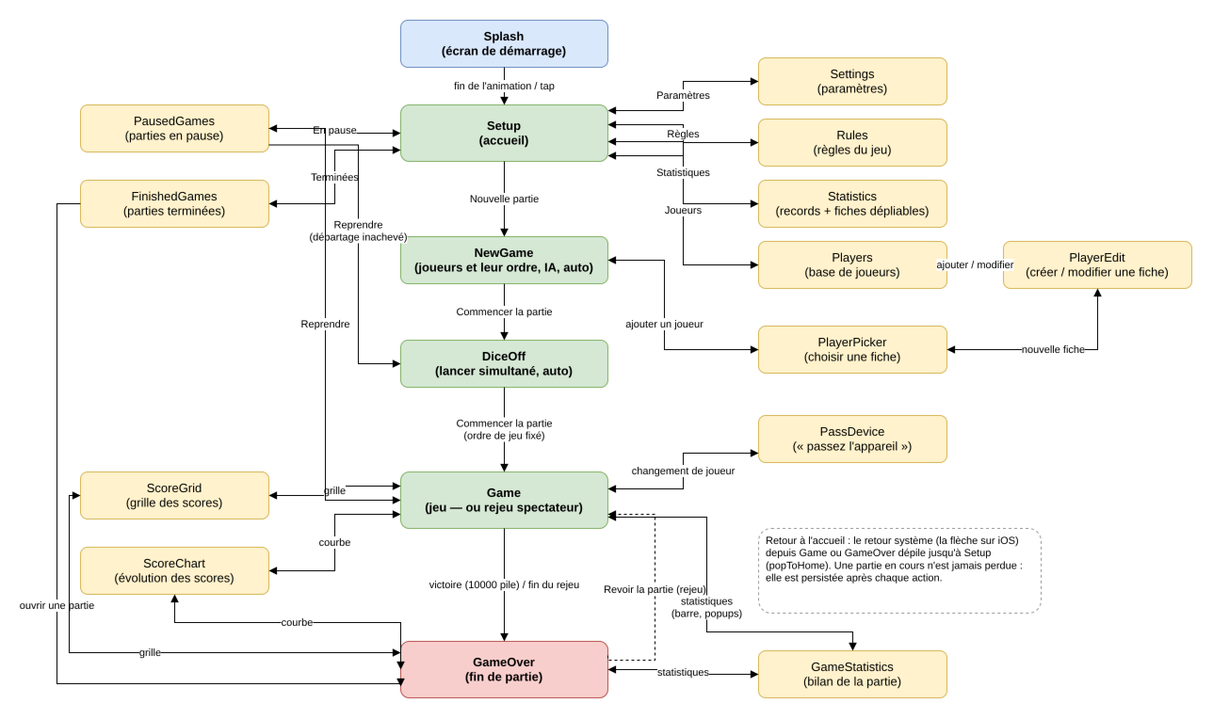
The draw.io diagram docs/screen-flow.png in microscotch/tenk, before a commit. Source tidied: cells renumbered, new cells last; positions are measured from the earlier drawing's top-left corner, leaving out a move shared by most shapes. Source of this version:
```xml
<mxGraphModel>
  <root>
    <mxCell id="0" />
    <mxCell id="1" parent="0" />
    <mxCell id="2" value="Splash&#10;(écran de démarrage)" style="rounded=1;whiteSpace=wrap;html=1;fillColor=#dae8fc;strokeColor=#6c8ebf;fontSize=13;fontStyle=1;" parent="1" vertex="1">
      <mxGeometry x="365" width="220" height="50" as="geometry" />
    </mxCell>
    <mxCell id="3" value="Setup&#10;(accueil)" style="rounded=1;whiteSpace=wrap;html=1;fillColor=#d5e8d4;strokeColor=#82b366;fontSize=13;fontStyle=1;" parent="1" vertex="1">
      <mxGeometry x="365" y="90" width="220" height="60" as="geometry" />
    </mxCell>
    <mxCell id="4" value="PausedGames&#10;(parties en pause)" style="rounded=1;whiteSpace=wrap;html=1;fillColor=#fff2cc;strokeColor=#d6b656;fontSize=13;" parent="1" vertex="1">
      <mxGeometry x="25" y="90" width="200" height="50" as="geometry" />
    </mxCell>
    <mxCell id="5" value="FinishedGames&#10;(parties terminées)" style="rounded=1;whiteSpace=wrap;html=1;fillColor=#fff2cc;strokeColor=#d6b656;fontSize=13;" parent="1" vertex="1">
      <mxGeometry x="25" y="170" width="200" height="50" as="geometry" />
    </mxCell>
    <mxCell id="6" value="Statistics&#10;(records + fiches dépliables)" style="rounded=1;whiteSpace=wrap;html=1;fillColor=#fff2cc;strokeColor=#d6b656;fontSize=13;" parent="1" vertex="1">
      <mxGeometry x="745" y="170" width="200" height="50" as="geometry" />
    </mxCell>
    <mxCell id="7" value="Settings&#10;(paramètres)" style="rounded=1;whiteSpace=wrap;html=1;fillColor=#fff2cc;strokeColor=#d6b656;fontSize=13;" parent="1" vertex="1">
      <mxGeometry x="745" y="40" width="200" height="50" as="geometry" />
    </mxCell>
    <mxCell id="8" value="Rules&#10;(règles du jeu)" style="rounded=1;whiteSpace=wrap;html=1;fillColor=#fff2cc;strokeColor=#d6b656;fontSize=13;" parent="1" vertex="1">
      <mxGeometry x="745" y="105" width="200" height="50" as="geometry" />
    </mxCell>
    <mxCell id="9" value="Players&#10;(base de joueurs)" style="rounded=1;whiteSpace=wrap;html=1;fillColor=#fff2cc;strokeColor=#d6b656;fontSize=13;" parent="1" vertex="1">
      <mxGeometry x="745" y="235" width="200" height="50" as="geometry" />
    </mxCell>
    <mxCell id="10" value="PlayerEdit&#10;(créer / modifier une fiche)" style="rounded=1;whiteSpace=wrap;html=1;fillColor=#fff2cc;strokeColor=#d6b656;fontSize=13;" parent="1" vertex="1">
      <mxGeometry x="1005" y="235" width="200" height="50" as="geometry" />
    </mxCell>
    <mxCell id="11" value="NewGame&#10;(joueurs et leur ordre, IA, auto)" style="rounded=1;whiteSpace=wrap;html=1;fillColor=#d5e8d4;strokeColor=#82b366;fontSize=13;fontStyle=1;" parent="1" vertex="1">
      <mxGeometry x="365" y="230" width="220" height="50" as="geometry" />
    </mxCell>
    <mxCell id="12" value="PlayerPicker&#10;(choisir une fiche)" style="rounded=1;whiteSpace=wrap;html=1;fillColor=#fff2cc;strokeColor=#d6b656;fontSize=13;" parent="1" vertex="1">
      <mxGeometry x="745" y="325" width="200" height="50" as="geometry" />
    </mxCell>
    <mxCell id="13" value="DiceOff&#10;(lancer simultané, auto)" style="rounded=1;whiteSpace=wrap;html=1;fillColor=#d5e8d4;strokeColor=#82b366;fontSize=13;fontStyle=1;" parent="1" vertex="1">
      <mxGeometry x="365" y="340" width="220" height="50" as="geometry" />
    </mxCell>
    <mxCell id="14" value="PassDevice&#10;(« passez l'appareil »)" style="rounded=1;whiteSpace=wrap;html=1;fillColor=#fff2cc;strokeColor=#d6b656;fontSize=13;" parent="1" vertex="1">
      <mxGeometry x="745" y="420" width="200" height="50" as="geometry" />
    </mxCell>
    <mxCell id="15" value="Game&#10;(jeu — ou rejeu spectateur)" style="rounded=1;whiteSpace=wrap;html=1;fillColor=#d5e8d4;strokeColor=#82b366;fontSize=13;fontStyle=1;" parent="1" vertex="1">
      <mxGeometry x="365" y="480" width="220" height="60" as="geometry" />
    </mxCell>
    <mxCell id="16" value="ScoreGrid&#10;(grille des scores)" style="rounded=1;whiteSpace=wrap;html=1;fillColor=#fff2cc;strokeColor=#d6b656;fontSize=13;" parent="1" vertex="1">
      <mxGeometry x="25" y="480" width="200" height="50" as="geometry" />
    </mxCell>
    <mxCell id="17" value="ScoreChart&#10;(évolution des scores)" style="rounded=1;whiteSpace=wrap;html=1;fillColor=#fff2cc;strokeColor=#d6b656;fontSize=13;" parent="1" vertex="1">
      <mxGeometry x="25" y="560" width="200" height="50" as="geometry" />
    </mxCell>
    <mxCell id="18" value="GameOver&#10;(fin de partie)" style="rounded=1;whiteSpace=wrap;html=1;fillColor=#f8cecc;strokeColor=#b85450;fontSize=13;fontStyle=1;" parent="1" vertex="1">
      <mxGeometry x="365" y="660" width="220" height="60" as="geometry" />
    </mxCell>
    <mxCell id="19" value="GameStatistics&#10;(bilan de la partie)" style="rounded=1;whiteSpace=wrap;html=1;fillColor=#fff2cc;strokeColor=#d6b656;fontSize=13;" parent="1" vertex="1">
      <mxGeometry x="745" y="670" width="200" height="50" as="geometry" />
    </mxCell>
    <mxCell id="20" value="Retour à l'accueil : le retour système (la flèche sur iOS) depuis Game ou GameOver dépile jusqu'à Setup (popToHome). Une partie en cours n'est jamais perdue : elle est persistée après chaque action." style="rounded=1;whiteSpace=wrap;html=1;fillColor=#ffffff;strokeColor=#999999;fontSize=11;align=left;verticalAlign=top;dashed=1;spacingLeft=6;" parent="1" vertex="1">
      <mxGeometry x="745" y="540" width="300" height="90" as="geometry" />
    </mxCell>
    <mxCell id="21" value="fin de l'animation / tap" style="edgeStyle=orthogonalEdgeStyle;rounded=0;html=1;fontSize=11;endArrow=block;endFill=1;" parent="1" edge="1" source="2" target="3">
      <mxGeometry relative="1" as="geometry" />
    </mxCell>
    <mxCell id="22" value="Paramètres" style="edgeStyle=orthogonalEdgeStyle;rounded=0;html=1;fontSize=11;startArrow=block;startFill=1;endArrow=block;endFill=1;exitX=1;exitY=0.1;entryX=0;entryY=0.5;" parent="1" edge="1" source="3" target="7">
      <mxGeometry relative="1" as="geometry" />
    </mxCell>
    <mxCell id="23" value="Règles" style="edgeStyle=orthogonalEdgeStyle;rounded=0;html=1;fontSize=11;startArrow=block;startFill=1;endArrow=block;endFill=1;exitX=1;exitY=0.35;entryX=0;entryY=0.5;" parent="1" edge="1" source="3" target="8">
      <mxGeometry relative="1" as="geometry" />
    </mxCell>
    <mxCell id="24" value="Joueurs" style="edgeStyle=orthogonalEdgeStyle;rounded=0;html=1;fontSize=11;startArrow=block;startFill=1;endArrow=block;endFill=1;exitX=1;exitY=0.9;entryX=0;entryY=0.5;" parent="1" edge="1" source="3" target="9">
      <mxGeometry relative="1" as="geometry" />
    </mxCell>
    <mxCell id="25" value="En pause" style="edgeStyle=orthogonalEdgeStyle;rounded=0;html=1;fontSize=11;startArrow=block;startFill=1;endArrow=block;endFill=1;exitX=0;exitY=0.5;entryX=1;entryY=0.5;" parent="1" edge="1" source="3" target="4">
      <mxGeometry relative="1" as="geometry" />
    </mxCell>
    <mxCell id="26" value="Terminées" style="edgeStyle=orthogonalEdgeStyle;rounded=0;html=1;fontSize=11;startArrow=block;startFill=1;endArrow=block;endFill=1;exitX=0;exitY=0.8;entryX=1;entryY=0.5;" parent="1" edge="1" source="3" target="5">
      <mxGeometry relative="1" as="geometry" />
    </mxCell>
    <mxCell id="27" value="Statistiques" style="edgeStyle=orthogonalEdgeStyle;rounded=0;html=1;fontSize=11;startArrow=block;startFill=1;endArrow=block;endFill=1;exitX=1;exitY=0.65;entryX=0;entryY=0.5;" parent="1" edge="1" source="3" target="6">
      <mxGeometry relative="1" as="geometry" />
    </mxCell>
    <mxCell id="28" value="Nouvelle partie" style="edgeStyle=orthogonalEdgeStyle;rounded=0;html=1;fontSize=11;endArrow=block;endFill=1;exitX=0.5;exitY=1;entryX=0.5;entryY=0;" parent="1" edge="1" source="3" target="11">
      <mxGeometry relative="1" as="geometry" />
    </mxCell>
    <mxCell id="29" value="ajouter / modifier" style="edgeStyle=orthogonalEdgeStyle;rounded=0;html=1;fontSize=11;startArrow=block;startFill=1;endArrow=block;endFill=1;exitX=1;exitY=0.5;entryX=0;entryY=0.5;" parent="1" edge="1" source="9" target="10">
      <mxGeometry relative="1" as="geometry" />
    </mxCell>
    <mxCell id="30" value="ajouter un joueur" style="edgeStyle=orthogonalEdgeStyle;rounded=0;html=1;fontSize=11;startArrow=block;startFill=1;endArrow=block;endFill=1;exitX=1;exitY=0.5;entryX=0;entryY=0.5;" parent="1" edge="1" source="11" target="12">
      <mxGeometry relative="1" as="geometry">
        <Array as="points">
          <mxPoint x="645" y="255" />
          <mxPoint x="645" y="350" />
        </Array>
      </mxGeometry>
    </mxCell>
    <mxCell id="31" value="nouvelle fiche" style="edgeStyle=orthogonalEdgeStyle;rounded=0;html=1;fontSize=11;startArrow=block;startFill=1;endArrow=block;endFill=1;exitX=1;exitY=0.5;entryX=0.5;entryY=1;" parent="1" edge="1" source="12" target="10">
      <mxGeometry relative="1" as="geometry" />
    </mxCell>
    <mxCell id="32" value="Commencer la partie" style="edgeStyle=orthogonalEdgeStyle;rounded=0;html=1;fontSize=11;endArrow=block;endFill=1;" parent="1" edge="1" source="11" target="13">
      <mxGeometry relative="1" as="geometry" />
    </mxCell>
    <mxCell id="33" value="Commencer la partie&#10;(ordre de jeu fixé)" style="edgeStyle=orthogonalEdgeStyle;rounded=0;html=1;fontSize=11;endArrow=block;endFill=1;" parent="1" edge="1" source="13" target="15">
      <mxGeometry relative="1" as="geometry" />
    </mxCell>
    <mxCell id="34" value="changement de joueur" style="edgeStyle=orthogonalEdgeStyle;rounded=0;html=1;fontSize=11;startArrow=block;startFill=1;endArrow=block;endFill=1;exitX=1;exitY=0.3;entryX=0;entryY=0.8;" parent="1" edge="1" source="15" target="14">
      <mxGeometry relative="1" as="geometry" />
    </mxCell>
    <mxCell id="35" value="grille" style="edgeStyle=orthogonalEdgeStyle;rounded=0;html=1;fontSize=11;startArrow=block;startFill=1;endArrow=block;endFill=1;exitX=0;exitY=0.25;entryX=1;entryY=0.5;" parent="1" edge="1" source="15" target="16">
      <mxGeometry relative="1" as="geometry" />
    </mxCell>
    <mxCell id="36" value="courbe" style="edgeStyle=orthogonalEdgeStyle;rounded=0;html=1;fontSize=11;startArrow=block;startFill=1;endArrow=block;endFill=1;exitX=0;exitY=0.75;entryX=1;entryY=0.5;" parent="1" edge="1" source="15" target="17">
      <mxGeometry relative="1" as="geometry" />
    </mxCell>
    <mxCell id="37" value="Reprendre&#10;(départage inachevé)" style="edgeStyle=orthogonalEdgeStyle;rounded=0;html=1;fontSize=11;endArrow=block;endFill=1;exitX=1;exitY=0.85;entryX=0;entryY=0.5;labelBackgroundColor=#ffffff;" parent="1" edge="1" source="4" target="13">
      <mxGeometry relative="1" as="geometry">
        <Array as="points">
          <mxPoint x="320" y="132" />
          <mxPoint x="320" y="365" />
        </Array>
      </mxGeometry>
    </mxCell>
    <mxCell id="38" value="Reprendre" style="edgeStyle=orthogonalEdgeStyle;rounded=0;html=1;fontSize=11;endArrow=block;endFill=1;exitX=1;exitY=0.5;entryX=0;entryY=0.5;" parent="1" edge="1" source="4" target="15">
      <mxGeometry relative="1" as="geometry">
        <Array as="points">
          <mxPoint x="285" y="115" />
          <mxPoint x="285" y="510" />
        </Array>
      </mxGeometry>
    </mxCell>
    <mxCell id="39" value="victoire (10000 pile) / fin du rejeu" style="edgeStyle=orthogonalEdgeStyle;rounded=0;html=1;fontSize=11;endArrow=block;endFill=1;" parent="1" edge="1" source="15" target="18">
      <mxGeometry relative="1" as="geometry" />
    </mxCell>
    <mxCell id="40" value="ouvrir une partie" style="edgeStyle=orthogonalEdgeStyle;rounded=0;html=1;fontSize=11;endArrow=block;endFill=1;exitX=0;exitY=0.5;entryX=0;entryY=0.8;" parent="1" edge="1" source="5" target="18">
      <mxGeometry relative="1" as="geometry">
        <Array as="points">
          <mxPoint y="195" />
          <mxPoint y="705" />
        </Array>
      </mxGeometry>
    </mxCell>
    <mxCell id="41" value="grille" style="edgeStyle=orthogonalEdgeStyle;rounded=0;html=1;fontSize=11;startArrow=block;startFill=1;endArrow=block;endFill=1;exitX=0;exitY=0.2;entryX=0;entryY=0.5;" parent="1" edge="1" source="18" target="16">
      <mxGeometry relative="1" as="geometry">
        <Array as="points">
          <mxPoint x="13" y="672" />
          <mxPoint x="13" y="505" />
        </Array>
      </mxGeometry>
    </mxCell>
    <mxCell id="42" value="courbe" style="edgeStyle=orthogonalEdgeStyle;rounded=0;html=1;fontSize=11;startArrow=block;startFill=1;endArrow=block;endFill=1;exitX=0;exitY=0.5;entryX=0.5;entryY=1;" parent="1" edge="1" source="18" target="17">
      <mxGeometry relative="1" as="geometry">
        <Array as="points">
          <mxPoint x="125" y="640" />
        </Array>
      </mxGeometry>
    </mxCell>
    <mxCell id="43" value="statistiques&#10;(barre, popups)" style="edgeStyle=orthogonalEdgeStyle;rounded=0;html=1;fontSize=11;startArrow=block;startFill=1;endArrow=block;endFill=1;exitX=1;exitY=0.8;entryX=0.5;entryY=0;labelBackgroundColor=#ffffff;" parent="1" edge="1" source="15" target="19">
      <mxGeometry relative="1" as="geometry">
        <Array as="points">
          <mxPoint x="690" y="528" />
          <mxPoint x="690" y="650" />
          <mxPoint x="845" y="650" />
        </Array>
      </mxGeometry>
    </mxCell>
    <mxCell id="44" value="statistiques" style="edgeStyle=orthogonalEdgeStyle;rounded=0;html=1;fontSize=11;startArrow=block;startFill=1;endArrow=block;endFill=1;exitX=1;exitY=0.5;entryX=0;entryY=0.5;" parent="1" edge="1" source="18" target="19">
      <mxGeometry relative="1" as="geometry" />
    </mxCell>
    <mxCell id="45" value="Revoir la partie (rejeu)" style="edgeStyle=orthogonalEdgeStyle;rounded=0;html=1;fontSize=11;endArrow=block;endFill=1;dashed=1;exitX=1;exitY=0.25;entryX=1;entryY=0.75;" parent="1" edge="1" source="18" target="15">
      <mxGeometry relative="1" as="geometry">
        <Array as="points">
          <mxPoint x="635" y="680" />
          <mxPoint x="635" y="525" />
        </Array>
      </mxGeometry>
    </mxCell>
  </root>
</mxGraphModel>
```
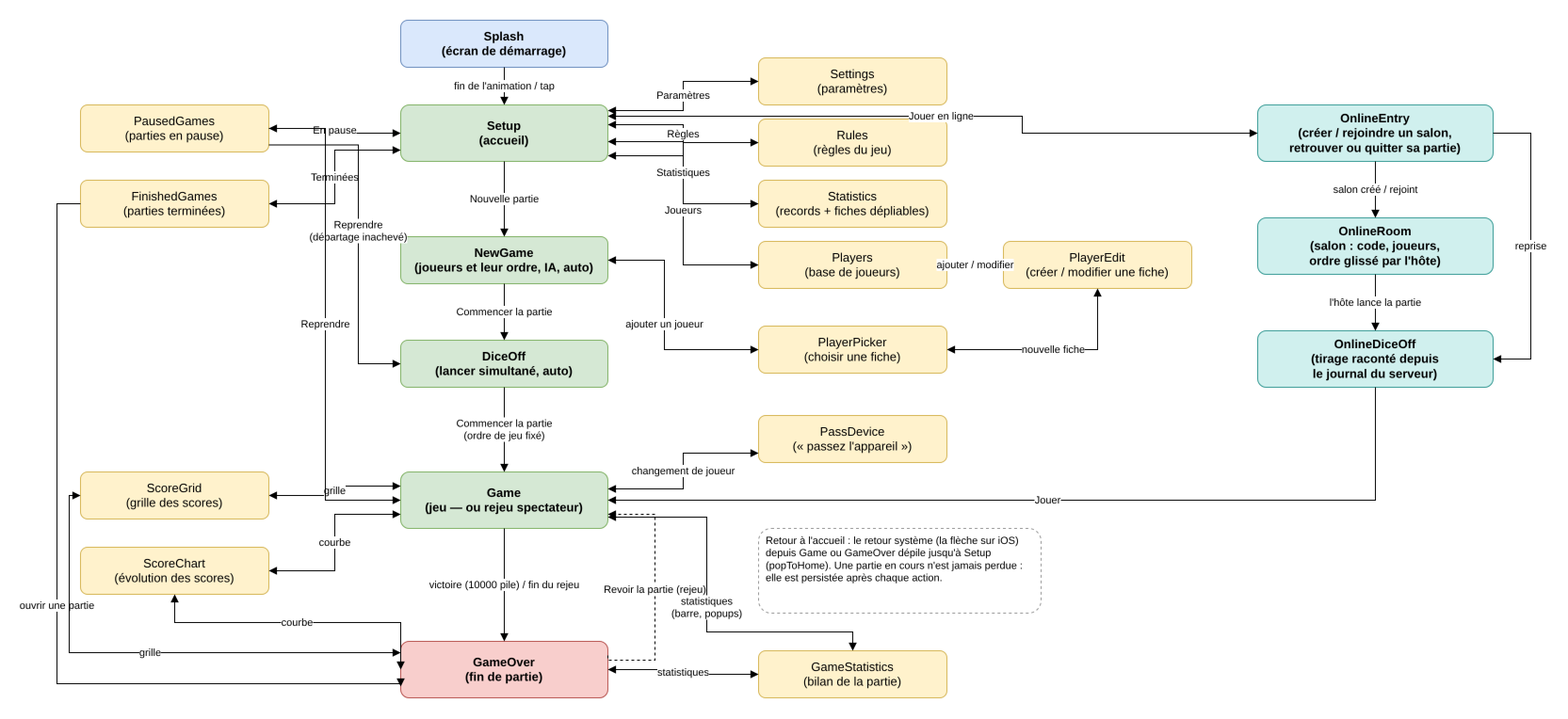
After the change.

What changed in the source:
```diff
@@ -174,5 +174,44 @@
         </Array>
       </mxGeometry>
     </mxCell>
+    <mxCell id="46" value="OnlineEntry&#10;(créer / rejoindre un salon,&#10;retrouver ou quitter sa partie)" style="rounded=1;whiteSpace=wrap;html=1;fillColor=#d0f0ee;strokeColor=#3a9d97;fontSize=13;fontStyle=1;" parent="1" vertex="1">
+      <mxGeometry x="1275" y="90" width="250" height="60" as="geometry" />
+    </mxCell>
+    <mxCell id="47" value="OnlineRoom&#10;(salon : code, joueurs,&#10;ordre glissé par l'hôte)" style="rounded=1;whiteSpace=wrap;html=1;fillColor=#d0f0ee;strokeColor=#3a9d97;fontSize=13;fontStyle=1;" parent="1" vertex="1">
+      <mxGeometry x="1275" y="210" width="250" height="60" as="geometry" />
+    </mxCell>
+    <mxCell id="48" value="OnlineDiceOff&#10;(tirage raconté depuis&#10;le journal du serveur)" style="rounded=1;whiteSpace=wrap;html=1;fillColor=#d0f0ee;strokeColor=#3a9d97;fontSize=13;fontStyle=1;" parent="1" vertex="1">
+      <mxGeometry x="1275" y="330" width="250" height="60" as="geometry" />
+    </mxCell>
+    <mxCell id="49" value="Jouer en ligne" style="edgeStyle=orthogonalEdgeStyle;rounded=0;html=1;fontSize=11;startArrow=block;startFill=1;endArrow=block;endFill=1;exitX=1;exitY=0.2;entryX=0;entryY=0.5;labelBackgroundColor=#ffffff;" parent="1" edge="1" source="3" target="46">
+      <mxGeometry relative="1" as="geometry">
+        <Array as="points">
+          <mxPoint x="685" y="102" />
+          <mxPoint x="1025" y="102" />
+          <mxPoint x="1025" y="120" />
+        </Array>
+      </mxGeometry>
+    </mxCell>
+    <mxCell id="50" value="salon créé / rejoint" style="edgeStyle=orthogonalEdgeStyle;rounded=0;html=1;fontSize=11;endArrow=block;endFill=1;exitX=0.5;exitY=1;entryX=0.5;entryY=0;labelBackgroundColor=#ffffff;" parent="1" edge="1" source="46" target="47">
+      <mxGeometry relative="1" as="geometry" />
+    </mxCell>
+    <mxCell id="51" value="l'hôte lance la partie" style="edgeStyle=orthogonalEdgeStyle;rounded=0;html=1;fontSize=11;endArrow=block;endFill=1;exitX=0.5;exitY=1;entryX=0.5;entryY=0;labelBackgroundColor=#ffffff;" parent="1" edge="1" source="47" target="48">
+      <mxGeometry relative="1" as="geometry" />
+    </mxCell>
+    <mxCell id="52" value="Jouer" style="edgeStyle=orthogonalEdgeStyle;rounded=0;html=1;fontSize=11;endArrow=block;endFill=1;exitX=0.5;exitY=1;entryX=1;entryY=0.5;labelBackgroundColor=#ffffff;" parent="1" edge="1" source="48" target="15">
+      <mxGeometry relative="1" as="geometry">
+        <Array as="points">
+          <mxPoint x="1400" y="510" />
+        </Array>
+      </mxGeometry>
+    </mxCell>
+    <mxCell id="53" value="reprise" style="edgeStyle=orthogonalEdgeStyle;rounded=0;html=1;fontSize=11;endArrow=block;endFill=1;exitX=1;exitY=0.5;entryX=1;entryY=0.5;labelBackgroundColor=#ffffff;" parent="1" edge="1" source="46" target="48">
+      <mxGeometry relative="1" as="geometry">
+        <Array as="points">
+          <mxPoint x="1565" y="120" />
+          <mxPoint x="1565" y="360" />
+        </Array>
+      </mxGeometry>
+    </mxCell>
   </root>
 </mxGraphModel>
```
